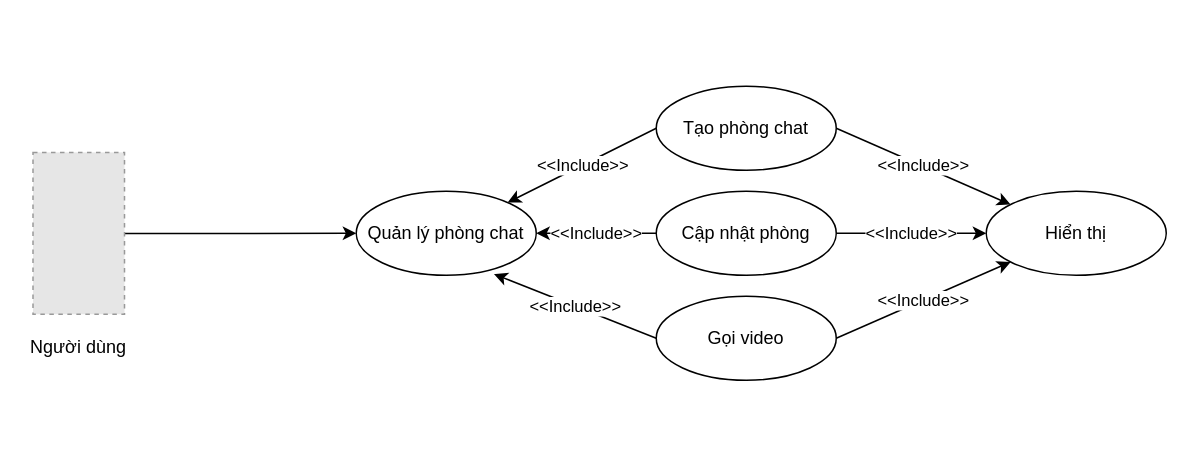
This is phac thao do an cuoi cung/use case bạn bè.drawio from frozenproof/dactaphanmem, a draw.io file, before an edit. Source tidied: cells renumbered, new cells numbered last; positions are measured from the earlier drawing's top-left corner, leaving out a move shared by most shapes. Both pictures are drawn from the tidied source at 150%, with x=0, y=0 at pixel (26, 86). Pictures stored in the file or linked from it are replaced by grey dashed boxes.
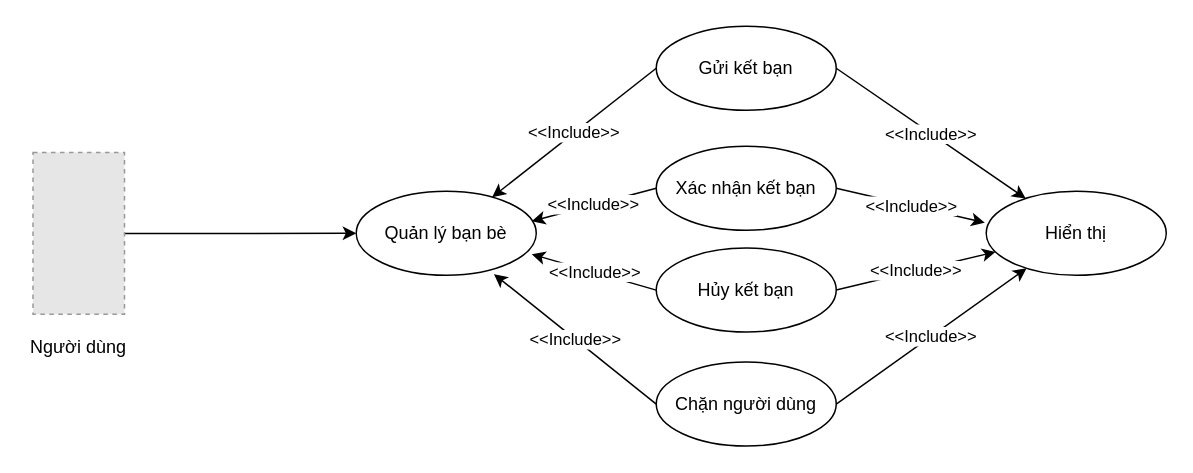
Above is the later version.

What changed in the source:
```diff
@@
 <mxGraphModel>
   <root>
     <mxCell id="0" />
     <mxCell id="1" parent="0" />
     <mxCell id="2" value="Người dùng" style="text;html=1;align=center;verticalAlign=middle;whiteSpace=wrap;rounded=0;" parent="1" vertex="1">
       <mxGeometry y="163.9" width="70" height="20" as="geometry" />
     </mxCell>
     <mxCell id="3" style="edgeStyle=orthogonalEdgeStyle;rounded=0;jettySize=auto;html=1;entryX=0;entryY=0.5;entryDx=0;entryDy=0;" parent="1" edge="1" source="4" target="5">
       <mxGeometry relative="1" as="geometry" />
     </mxCell>
     <mxCell id="4" style="fillColor=#E6E6E6;strokeColor=#999999;dashed=1;verticalLabelPosition=bottom;labelBackgroundColor=default;verticalAlign=top;" parent="1" vertex="1">
       <mxGeometry x="4.5" y="44.1" width="61" height="107.9" as="geometry" />
     </mxCell>
-    <mxCell id="5" value="Quản lý phòng chat" style="ellipse;whiteSpace=wrap;html=1;" parent="1" vertex="1">
+    <mxCell id="5" value="Quản lý bạn bè" style="ellipse;whiteSpace=wrap;html=1;" parent="1" vertex="1">
       <mxGeometry x="220" y="70" width="120" height="56" as="geometry" />
     </mxCell>
-    <mxCell id="6" value="Cập nhật phòng" style="ellipse;whiteSpace=wrap;html=1;" parent="1" vertex="1">
-      <mxGeometry x="420" y="70" width="120" height="56" as="geometry" />
+    <mxCell id="6" value="Xác nhận kết bạn" style="ellipse;whiteSpace=wrap;html=1;" parent="1" vertex="1">
+      <mxGeometry x="420" y="40" width="120" height="56" as="geometry" />
     </mxCell>
-    <mxCell id="7" value="&amp;lt;&amp;lt;Include&amp;gt;&amp;gt;" style="endArrow=classic;html=1;rounded=0;exitX=0;exitY=0.5;exitDx=0;exitDy=0;entryX=1;entryY=0.5;entryDx=0;entryDy=0;" parent="1" edge="1" source="6" target="5">
+    <mxCell id="7" value="&amp;lt;&amp;lt;Include&amp;gt;&amp;gt;" style="endArrow=classic;html=1;rounded=0;exitX=0;exitY=0.5;exitDx=0;exitDy=0;entryX=0.975;entryY=0.357;entryDx=0;entryDy=0;entryPerimeter=0;" parent="1" edge="1" source="6" target="5">
       <mxGeometry relative="1" as="geometry" />
     </mxCell>
-    <mxCell id="8" value="Tạo phòng chat" style="ellipse;whiteSpace=wrap;html=1;" parent="1" vertex="1">
-      <mxGeometry x="420" width="120" height="56" as="geometry" />
+    <mxCell id="8" value="Gửi kết bạn" style="ellipse;whiteSpace=wrap;html=1;" parent="1" vertex="1">
+      <mxGeometry x="420" y="-40" width="120" height="56" as="geometry" />
     </mxCell>
     <mxCell id="9" value="&amp;lt;&amp;lt;Include&amp;gt;&amp;gt;" style="endArrow=classic;html=1;rounded=0;exitX=0;exitY=0.5;exitDx=0;exitDy=0;" parent="1" edge="1" source="8" target="5">
       <mxGeometry relative="1" as="geometry" />
     </mxCell>
     <mxCell id="10" value="Hiển thị" style="ellipse;whiteSpace=wrap;html=1;" parent="1" vertex="1">
       <mxGeometry x="640" y="70" width="120" height="56" as="geometry" />
     </mxCell>
-    <mxCell id="11" value="Gọi video" style="ellipse;whiteSpace=wrap;html=1;" parent="1" vertex="1">
-      <mxGeometry x="420" y="140" width="120" height="56" as="geometry" />
+    <mxCell id="11" value="Chặn người dùng" style="ellipse;whiteSpace=wrap;html=1;" parent="1" vertex="1">
+      <mxGeometry x="420" y="183.9" width="120" height="56" as="geometry" />
     </mxCell>
     <mxCell id="12" value="&amp;lt;&amp;lt;Include&amp;gt;&amp;gt;" style="endArrow=classic;html=1;rounded=0;exitX=0;exitY=0.5;exitDx=0;exitDy=0;entryX=0.765;entryY=0.986;entryDx=0;entryDy=0;entryPerimeter=0;" parent="1" edge="1" source="11" target="5">
       <mxGeometry relative="1" as="geometry" />
     </mxCell>
     <mxCell id="13" value="&amp;lt;&amp;lt;Include&amp;gt;&amp;gt;" style="endArrow=classic;html=1;rounded=0;exitX=1;exitY=0.5;exitDx=0;exitDy=0;" parent="1" edge="1" source="8" target="10">
       <mxGeometry relative="1" as="geometry" />
     </mxCell>
     <mxCell id="14" value="&amp;lt;&amp;lt;Include&amp;gt;&amp;gt;" style="endArrow=classic;html=1;rounded=0;exitX=1;exitY=0.5;exitDx=0;exitDy=0;" parent="1" edge="1" source="11" target="10">
       <mxGeometry relative="1" as="geometry" />
     </mxCell>
-    <mxCell id="15" value="&amp;lt;&amp;lt;Include&amp;gt;&amp;gt;" style="endArrow=classic;html=1;rounded=0;exitX=1;exitY=0.5;exitDx=0;exitDy=0;entryX=0;entryY=0.5;entryDx=0;entryDy=0;" parent="1" edge="1" source="6" target="10">
+    <mxCell id="15" value="&amp;lt;&amp;lt;Include&amp;gt;&amp;gt;" style="endArrow=classic;html=1;rounded=0;exitX=1;exitY=0.5;exitDx=0;exitDy=0;entryX=-0.008;entryY=0.375;entryDx=0;entryDy=0;entryPerimeter=0;" parent="1" edge="1" source="6" target="10">
       <mxGeometry relative="1" as="geometry" />
     </mxCell>
+    <mxCell id="16" value="Hủy kết bạn" style="ellipse;whiteSpace=wrap;html=1;" parent="1" vertex="1">
+      <mxGeometry x="420" y="107.9" width="120" height="56" as="geometry" />
+    </mxCell>
+    <mxCell id="17" value="&amp;lt;&amp;lt;Include&amp;gt;&amp;gt;" style="endArrow=classic;html=1;rounded=0;exitX=0;exitY=0.5;exitDx=0;exitDy=0;entryX=0.975;entryY=0.75;entryDx=0;entryDy=0;entryPerimeter=0;" parent="1" edge="1" source="16" target="5">
+      <mxGeometry relative="1" as="geometry" />
+    </mxCell>
+    <mxCell id="18" value="&amp;lt;&amp;lt;Include&amp;gt;&amp;gt;" style="endArrow=classic;html=1;rounded=0;exitX=1;exitY=0.5;exitDx=0;exitDy=0;" parent="1" edge="1" source="16" target="10">
+      <mxGeometry relative="1" as="geometry" />
+    </mxCell>
   </root>
 </mxGraphModel>
```
